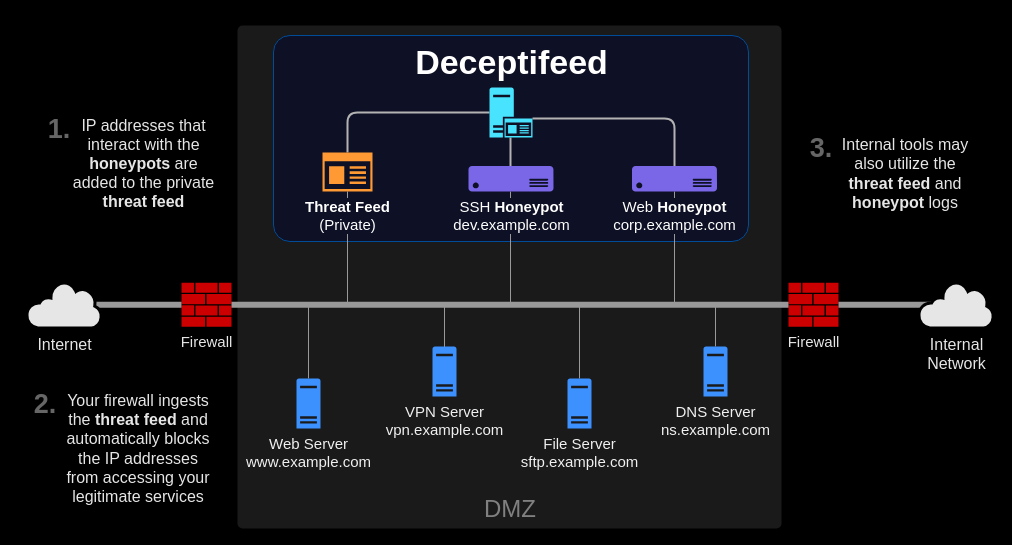
This is assets/diagram-dark.drawio from r-smith/deceptifeed, a draw.io file, before an edit. Source tidied: cells renumbered, new cells numbered last; positions are measured from the earlier drawing's top-left corner, leaving out a move shared by most shapes. Both pictures are drawn from the tidied source at 100%, with x=0, y=0 at pixel (26, 25).
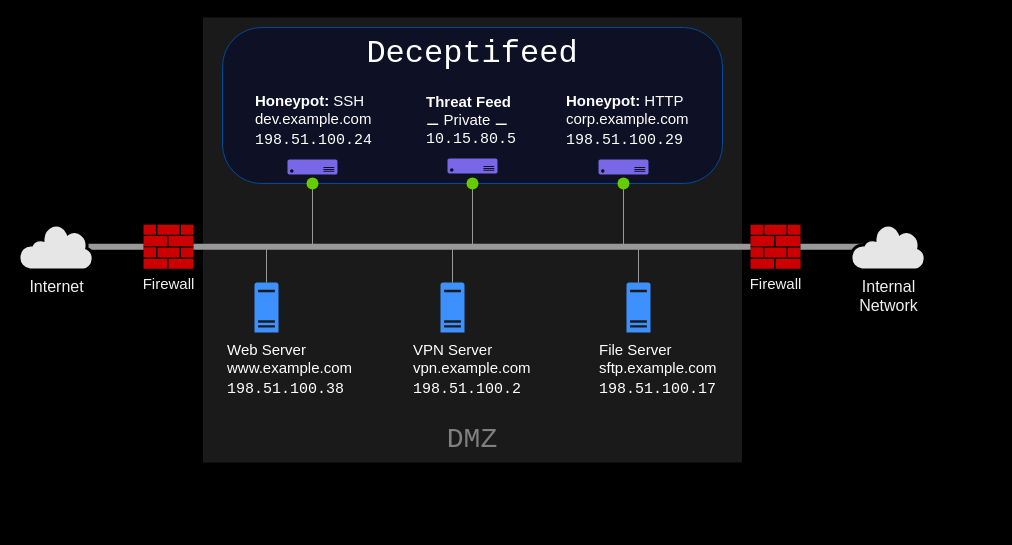
Above is the later version.

Commit message (it also covers changes not shown here):
Revise diagrams

The edit, as a diff of the source:
```diff
@@
-    <mxCell id="2" style="rounded=1;whiteSpace=wrap;labelBackgroundColor=none;fillStyle=auto;glass=0;shadow=0;fillColor=#1A1A1A;fontColor=#333333;strokeColor=none;perimeterSpacing=0;textShadow=0;html=1;horizontal=1;arcSize=1;" parent="1" vertex="1">
-      <mxGeometry x="211" width="544" height="503" as="geometry" />
+    <mxCell id="2" style="rounded=1;whiteSpace=wrap;labelBackgroundColor=none;fillStyle=auto;glass=0;shadow=0;fillColor=#1A1A1A;fontColor=#333333;strokeColor=none;perimeterSpacing=0;textShadow=0;html=1;horizontal=1;arcSize=0;" parent="1" vertex="1">
+      <mxGeometry x="176.5" y="-8" width="539" height="445" as="geometry" />
     </mxCell>
-    <mxCell id="3" style="rounded=1;whiteSpace=wrap;html=1;fillColor=#0E1025;strokeColor=#004C99;arcSize=8;fontColor=#ffffff;" parent="1" vertex="1">
-      <mxGeometry x="247" y="10" width="475" height="206" as="geometry" />
+    <mxCell id="3" style="rounded=1;whiteSpace=wrap;html=1;fillColor=#0E1025;strokeColor=#004C99;arcSize=25;" parent="1" vertex="1">
+      <mxGeometry x="196" y="2" width="500" height="156" as="geometry" />
     </mxCell>
-    <mxCell id="4" value="Firewall" style="shadow=0;dashed=0;html=1;strokeColor=none;labelPosition=center;verticalLabelPosition=bottom;verticalAlign=top;align=center;fillColor=#CC0000;shape=mxgraph.mscae.enterprise.firewall;fontSize=15;fontColor=#E6E6E6;" parent="1" vertex="1">
-      <mxGeometry x="762" y="257.2" width="50" height="44" as="geometry" />
+    <mxCell id="4" value="Firewall" style="shadow=0;dashed=0;html=1;strokeColor=none;labelPosition=center;verticalLabelPosition=bottom;verticalAlign=top;align=center;fillColor=#CC0000;shape=mxgraph.mscae.enterprise.firewall;fontSize=15;fontColor=#f0f0f0;" parent="1" vertex="1">
+      <mxGeometry x="724" y="199.2" width="50" height="44" as="geometry" />
     </mxCell>
-    <mxCell id="5" style="rounded=0;jettySize=auto;html=1;exitX=0.5;exitY=0;exitDx=0;exitDy=0;exitPerimeter=0;endArrow=none;endFill=0;strokeColor=#999999;" parent="1" edge="1" source="6">
-      <mxGeometry relative="1" as="geometry">
-        <mxPoint x="282" y="280" as="targetPoint" />
-      </mxGeometry>
-    </mxCell>
+    <mxCell id="36" style="edgeStyle=orthogonalEdgeStyle;rounded=0;orthogonalLoop=1;jettySize=auto;html=1;exitX=0.5;exitY=0;exitDx=0;exitDy=0;exitPerimeter=0;endArrow=none;endFill=0;strokeColor=#999999;" parent="1" edge="1">
+      <mxGeometry relative="1" as="geometry">
+        <mxPoint x="240" y="257" as="sourcePoint" />
+        <mxPoint x="240" y="222" as="targetPoint" />
+      </mxGeometry>
+    </mxCell>
-    <mxCell id="6" value="&lt;div&gt;Web Server&lt;/div&gt;&lt;div&gt;www.example.com&lt;br&gt;&lt;/div&gt;" style="shadow=0;dashed=0;html=1;strokeColor=none;labelPosition=center;verticalLabelPosition=bottom;verticalAlign=top;align=center;fillColor=#3C91FF;shape=mxgraph.mscae.enterprise.server_generic;horizontal=1;labelBorderColor=none;fontSize=15;strokeWidth=1;perimeterSpacing=0;fontColor=#F0F0F0;" parent="1" vertex="1">
-      <mxGeometry x="270" y="353" width="24" height="50" as="geometry" />
+    <mxCell id="6" value="&lt;div&gt;Web Server&lt;/div&gt;&lt;div&gt;www.example.com&lt;/div&gt;&lt;div style=&quot;line-height: 150%;&quot;&gt;&lt;font face=&quot;Courier New&quot;&gt;198.51.100.38&lt;/font&gt;&lt;br&gt;&lt;/div&gt;" style="shadow=0;dashed=0;html=1;strokeColor=none;labelPosition=left;verticalLabelPosition=bottom;verticalAlign=top;align=left;fillColor=#3C91FF;shape=mxgraph.mscae.enterprise.server_generic;horizontal=1;labelBorderColor=none;fontSize=15;strokeWidth=1;perimeterSpacing=0;spacingLeft=-5;spacingBottom=0;spacingTop=2;fontColor=#FFFFFF;" parent="1" vertex="1">
+      <mxGeometry x="228" y="257" width="24" height="50" as="geometry" />
     </mxCell>
-    <mxCell id="7" style="rounded=0;orthogonalLoop=1;jettySize=auto;html=1;exitX=0.5;exitY=0;exitDx=0;exitDy=0;exitPerimeter=0;endArrow=none;endFill=0;strokeColor=#999999;" parent="1" edge="1">
-      <mxGeometry relative="1" as="geometry">
-        <mxPoint x="418" y="323" as="sourcePoint" />
-        <mxPoint x="418" y="279" as="targetPoint" />
-      </mxGeometry>
-    </mxCell>
-    <mxCell id="8" style="rounded=0;jettySize=auto;html=1;exitX=0.5;exitY=0;exitDx=0;exitDy=0;exitPerimeter=0;strokeColor=#999999;endArrow=none;endFill=0;" parent="1" edge="1" source="9">
-      <mxGeometry relative="1" as="geometry">
-        <mxPoint x="689" y="279.3" as="targetPoint" />
-      </mxGeometry>
-    </mxCell>
-    <mxCell id="9" value="DNS Server&lt;br&gt;ns.example.com" style="shadow=0;dashed=0;html=1;strokeColor=none;labelPosition=center;verticalLabelPosition=bottom;verticalAlign=top;align=center;fillColor=#3C91FF;shape=mxgraph.mscae.enterprise.server_generic;fontSize=15;fontColor=#F0F0F0;" parent="1" vertex="1">
-      <mxGeometry x="677" y="321" width="24" height="50" as="geometry" />
-    </mxCell>
-    <mxCell id="10" value="&lt;div&gt;IP addresses that interact with the &lt;b&gt;honeypots&lt;/b&gt; are added to the private &lt;b&gt;threat feed&lt;/b&gt;&lt;/div&gt;" style="text;strokeColor=none;align=center;fillColor=none;html=1;verticalAlign=middle;whiteSpace=wrap;rounded=0;fontSize=16;fontColor=#E6E6E6;" parent="1" vertex="1">
-      <mxGeometry x="42" y="85" width="151" height="106" as="geometry" />
-    </mxCell>
-    <mxCell id="11" value="Your firewall ingests the &lt;b&gt;threat feed&lt;/b&gt; and automatically blocks the IP addresses from accessing your legitimate services" style="text;strokeColor=none;align=center;fillColor=none;html=1;verticalAlign=middle;whiteSpace=wrap;rounded=0;fontSize=16;fontColor=#E6E6E6;" parent="1" vertex="1">
-      <mxGeometry x="34" y="355" width="156" height="136" as="geometry" />
-    </mxCell>
+    <mxCell id="35" value="&lt;div&gt;VPN Server&lt;/div&gt;&lt;div&gt;vpn.example.com&lt;/div&gt;&lt;div style=&quot;line-height: 150%;&quot;&gt;&lt;font face=&quot;Courier New&quot;&gt;198.51.100.2&lt;/font&gt;&lt;br&gt;&lt;/div&gt;" style="shadow=0;dashed=0;html=1;strokeColor=none;labelPosition=left;verticalLabelPosition=bottom;verticalAlign=top;align=left;fillColor=#3C91FF;shape=mxgraph.mscae.enterprise.server_generic;fontSize=15;spacingLeft=-5;spacingTop=2;fontColor=#FFFFFF;" parent="1" vertex="1">
+      <mxGeometry x="414" y="257" width="24" height="50" as="geometry" />
+    </mxCell>
-    <mxCell id="12" value="Firewall" style="shadow=0;dashed=0;html=1;strokeColor=none;labelPosition=center;verticalLabelPosition=bottom;verticalAlign=top;align=center;fillColor=#CC0000;shape=mxgraph.mscae.enterprise.firewall;fontSize=15;fontColor=#E6E6E6;" parent="1" vertex="1">
-      <mxGeometry x="155" y="257.2" width="50" height="44" as="geometry" />
+    <mxCell id="12" value="Firewall" style="shadow=0;dashed=0;html=1;strokeColor=none;labelPosition=center;verticalLabelPosition=bottom;verticalAlign=top;align=center;fillColor=#CC0000;shape=mxgraph.mscae.enterprise.firewall;fontSize=15;fontColor=#f0f0f0;" parent="1" vertex="1">
+      <mxGeometry x="117" y="199.2" width="50" height="44" as="geometry" />
     </mxCell>
-    <mxCell id="13" style="edgeStyle=orthogonalEdgeStyle;rounded=1;jettySize=auto;html=1;exitX=1;exitY=0.62;exitDx=0;exitDy=0;exitPerimeter=0;entryX=0.5;entryY=0;entryDx=0;entryDy=0;entryPerimeter=0;curved=0;fillColor=#1ba1e2;strokeColor=#B3B3B3;endArrow=none;endFill=0;strokeWidth=2;" parent="1" edge="1" source="30" target="18">
-      <mxGeometry relative="1" as="geometry" />
-    </mxCell>
-    <mxCell id="14" style="edgeStyle=orthogonalEdgeStyle;rounded=1;jettySize=auto;html=1;exitX=0;exitY=0.5;exitDx=0;exitDy=0;exitPerimeter=0;entryX=0.5;entryY=0;entryDx=0;entryDy=0;entryPerimeter=0;curved=0;fillColor=#1ba1e2;strokeColor=#B3B3B3;endArrow=none;endFill=0;strokeWidth=2;" parent="1" edge="1" source="30" target="16">
-      <mxGeometry relative="1" as="geometry" />
-    </mxCell>
-    <mxCell id="15" style="rounded=0;jettySize=auto;html=1;exitX=0.5;exitY=1;exitDx=0;exitDy=0;exitPerimeter=0;endArrow=none;endFill=0;strokeColor=#999999;" parent="1" edge="1" source="16">
+    <mxCell id="15" style="rounded=0;jettySize=auto;html=1;endArrow=none;endFill=0;strokeColor=#999999;" parent="1" edge="1" source="37">
       <mxGeometry relative="1" as="geometry">
-        <mxPoint x="321" y="279.6" as="targetPoint" />
+        <mxPoint x="286" y="220" as="targetPoint" />
       </mxGeometry>
     </mxCell>
-    <mxCell id="16" value="Threat Feed&lt;br&gt;&lt;span style=&quot;font-weight: normal;&quot;&gt;(Private)&lt;/span&gt;" style="shadow=0;dashed=0;html=1;strokeColor=none;labelPosition=center;verticalLabelPosition=bottom;verticalAlign=top;align=center;fillColor=#FF9933;shape=mxgraph.mscae.enterprise.app_generic;fontSize=15;fontStyle=1;labelBackgroundColor=#0E1025;fontColor=#FFFFFF;" parent="1" vertex="1">
-      <mxGeometry x="296" y="127" width="50" height="39" as="geometry" />
-    </mxCell>
-    <mxCell id="17" style="rounded=0;jettySize=auto;html=1;exitX=0.5;exitY=1;exitDx=0;exitDy=0;exitPerimeter=0;strokeColor=#999999;endArrow=none;endFill=0;" parent="1" edge="1" source="18">
-      <mxGeometry relative="1" as="geometry">
-        <mxPoint x="648" y="279" as="targetPoint" />
-      </mxGeometry>
-    </mxCell>
-    <mxCell id="18" value="&lt;div&gt;&lt;font&gt;Web &lt;b&gt;Honeypot&lt;/b&gt;&lt;/font&gt;&lt;/div&gt;&lt;div&gt;&lt;font&gt;corp.example.com&lt;br&gt;&lt;/font&gt;&lt;/div&gt;" style="shadow=0;dashed=0;html=1;strokeColor=none;labelPosition=center;verticalLabelPosition=bottom;verticalAlign=top;align=center;fillColor=#7967E8;shape=mxgraph.azure.server;labelBackgroundColor=#0E1025;fontSize=15;horizontal=1;fontColor=#FFFFFF;" parent="1" vertex="1">
-      <mxGeometry x="605.5" y="140.5" width="85" height="25.5" as="geometry" />
-    </mxCell>
-    <mxCell id="19" value="DMZ" style="text;strokeColor=none;align=center;fillColor=none;html=1;verticalAlign=middle;whiteSpace=wrap;rounded=0;fontSize=24;fontColor=#808080;" parent="1" vertex="1">
-      <mxGeometry x="454" y="469" width="60" height="30" as="geometry" />
+    <mxCell id="19" value="DMZ" style="text;strokeColor=none;align=center;fillColor=none;html=1;verticalAlign=middle;whiteSpace=wrap;rounded=0;fontSize=28;fontColor=#808080;fontStyle=0;fontFamily=Courier New;" parent="1" vertex="1">
+      <mxGeometry x="416" y="399" width="60" height="30" as="geometry" />
     </mxCell>
-    <mxCell id="20" style="rounded=0;jettySize=auto;html=1;exitX=0.5;exitY=0;exitDx=0;exitDy=0;exitPerimeter=0;endArrow=none;endFill=0;strokeColor=#999999;" parent="1" edge="1" source="21">
-      <mxGeometry relative="1" as="geometry">
-        <mxPoint x="553" y="280" as="targetPoint" />
-      </mxGeometry>
-    </mxCell>
-    <mxCell id="21" value="&lt;div&gt;File Server&lt;/div&gt;&lt;div&gt;sftp.example.com&lt;br&gt;&lt;/div&gt;" style="shadow=0;dashed=0;html=1;strokeColor=none;labelPosition=center;verticalLabelPosition=bottom;verticalAlign=top;align=center;fillColor=#3C91FF;shape=mxgraph.mscae.enterprise.server_generic;fontSize=15;fontColor=#F0F0F0;" parent="1" vertex="1">
-      <mxGeometry x="541" y="353" width="24" height="50" as="geometry" />
+    <mxCell id="21" value="&lt;div&gt;File Server&lt;/div&gt;&lt;div&gt;sftp.example.com&lt;/div&gt;&lt;div style=&quot;line-height: 150%;&quot;&gt;&lt;font face=&quot;Courier New&quot;&gt;198.51.100.17&lt;/font&gt;&lt;br&gt;&lt;/div&gt;" style="shadow=0;dashed=0;html=1;strokeColor=none;labelPosition=left;verticalLabelPosition=bottom;verticalAlign=top;align=left;fillColor=#3C91FF;shape=mxgraph.mscae.enterprise.server_generic;fontSize=15;spacingLeft=-5;spacingTop=2;fontColor=#FFFFFF;" parent="1" vertex="1">
+      <mxGeometry x="600" y="257" width="24" height="50" as="geometry" />
     </mxCell>
-    <mxCell id="22" style="edgeStyle=orthogonalEdgeStyle;rounded=0;jettySize=auto;html=1;exitX=1;exitY=0.5;exitDx=0;exitDy=0;exitPerimeter=0;entryX=0;entryY=0.5;entryDx=0;entryDy=0;entryPerimeter=0;endArrow=none;endFill=0;strokeColor=#999999;strokeWidth=6;" parent="1" edge="1" source="12" target="4">
-      <mxGeometry relative="1" as="geometry" />
-    </mxCell>
-    <mxCell id="23" style="rounded=0;orthogonalLoop=1;jettySize=auto;html=1;exitX=0.5;exitY=1;exitDx=0;exitDy=0;exitPerimeter=0;strokeColor=#999999;endArrow=none;endFill=0;" parent="1" edge="1">
-      <mxGeometry relative="1" as="geometry">
-        <mxPoint x="484" y="166" as="sourcePoint" />
-        <mxPoint x="484" y="279" as="targetPoint" />
-      </mxGeometry>
-    </mxCell>
@@
-    <mxCell id="25" value="&lt;div&gt;Internet&lt;/div&gt;" style="shadow=0;dashed=0;html=1;strokeColor=default;labelPosition=center;verticalLabelPosition=bottom;verticalAlign=top;align=center;fillColor=#E6E6E6;shape=mxgraph.mscae.enterprise.internet;fontSize=16;fontFamily=Helvetica;strokeWidth=3;fontColor=#E6E6E6;" parent="1" vertex="1">
-      <mxGeometry y="256" width="75" height="46.5" as="geometry" />
+    <mxCell id="25" value="&lt;div&gt;Internet&lt;/div&gt;" style="shadow=0;dashed=0;html=1;strokeColor=default;labelPosition=center;verticalLabelPosition=bottom;verticalAlign=top;align=center;fillColor=#E6E6E6;shape=mxgraph.mscae.enterprise.internet;fontSize=16;fontFamily=Helvetica;strokeWidth=3;fontColor=#f0f0f0;" parent="1" vertex="1">
+      <mxGeometry x="-8" y="198" width="75" height="46.5" as="geometry" />
     </mxCell>
@@
-    <mxCell id="27" value="&lt;div&gt;Internal&lt;/div&gt;&lt;div&gt;Network&lt;br&gt;&lt;/div&gt;" style="shadow=0;dashed=0;html=1;strokeColor=default;labelPosition=center;verticalLabelPosition=bottom;verticalAlign=top;align=center;fillColor=#E6E6E6;shape=mxgraph.mscae.enterprise.internet;fontSize=16;strokeWidth=3;perimeterSpacing=0;fontColor=#E6E6E6;" parent="1" vertex="1">
-      <mxGeometry x="892" y="256" width="75" height="46.5" as="geometry" />
+    <mxCell id="27" value="&lt;div&gt;Internal&lt;/div&gt;&lt;div&gt;Network&lt;br&gt;&lt;/div&gt;" style="shadow=0;dashed=0;html=1;strokeColor=default;labelPosition=center;verticalLabelPosition=bottom;verticalAlign=top;align=center;fillColor=#E6E6E6;shape=mxgraph.mscae.enterprise.internet;fontSize=16;strokeWidth=3;perimeterSpacing=0;fontColor=#f0f0f0;" parent="1" vertex="1">
+      <mxGeometry x="824" y="198" width="75" height="46.5" as="geometry" />
     </mxCell>
-    <mxCell id="28" style="rounded=0;orthogonalLoop=1;jettySize=auto;html=1;exitX=0.5;exitY=1;exitDx=0;exitDy=0;exitPerimeter=0;strokeColor=#B3B3B3;endArrow=none;endFill=0;strokeWidth=2;" parent="1" edge="1">
-      <mxGeometry relative="1" as="geometry">
-        <mxPoint x="484" y="112" as="sourcePoint" />
-        <mxPoint x="484" y="141" as="targetPoint" />
-      </mxGeometry>
-    </mxCell>
-    <mxCell id="29" value="&lt;div&gt;SSH &lt;b&gt;Honeypot&lt;/b&gt;&lt;/div&gt;&lt;div&gt;dev.example.com&lt;br&gt;&lt;/div&gt;" style="shadow=0;dashed=0;html=1;strokeColor=none;labelPosition=center;verticalLabelPosition=bottom;verticalAlign=top;align=center;fillColor=#7967E8;shape=mxgraph.azure.server;fontSize=15;labelBackgroundColor=#0E1025;fontColor=#FFFFFF;" parent="1" vertex="1">
-      <mxGeometry x="442" y="140.5" width="85" height="25.5" as="geometry" />
-    </mxCell>
+    <mxCell id="37" style="shape=waypoint;sketch=0;fillStyle=solid;size=6;points=[];fillColor=none;perimeter=centerPerimeter;snapToPoint=1;strokeWidth=4;strokeColor=#66CC00;fontColor=#ffffff;" parent="1" vertex="1">
+      <mxGeometry x="276" y="148" width="20" height="20" as="geometry" />
+    </mxCell>
+    <mxCell id="38" style="rounded=0;jettySize=auto;html=1;endArrow=none;endFill=0;strokeColor=#999999;" parent="1" edge="1" source="39">
+      <mxGeometry relative="1" as="geometry">
+        <mxPoint x="446" y="220" as="targetPoint" />
+      </mxGeometry>
+    </mxCell>
+    <mxCell id="39" style="shape=waypoint;sketch=0;fillStyle=solid;size=6;points=[];fillColor=none;perimeter=centerPerimeter;snapToPoint=1;strokeWidth=4;strokeColor=#66CC00;fontColor=#ffffff;" parent="1" vertex="1">
+      <mxGeometry x="436" y="148" width="20" height="20" as="geometry" />
+    </mxCell>
+    <mxCell id="40" style="rounded=0;jettySize=auto;html=1;endArrow=none;endFill=0;strokeColor=#999999;" parent="1" edge="1" source="41">
+      <mxGeometry relative="1" as="geometry">
+        <mxPoint x="597" y="220" as="targetPoint" />
+      </mxGeometry>
+    </mxCell>
+    <mxCell id="41" style="shape=waypoint;sketch=0;fillStyle=solid;size=6;points=[];fillColor=none;perimeter=centerPerimeter;snapToPoint=1;strokeWidth=4;strokeColor=#66CC00;fontColor=#ffffff;" parent="1" vertex="1">
+      <mxGeometry x="587" y="148" width="20" height="20" as="geometry" />
+    </mxCell>
+    <mxCell id="42" style="edgeStyle=orthogonalEdgeStyle;rounded=0;orthogonalLoop=1;jettySize=auto;html=1;exitX=0.5;exitY=0;exitDx=0;exitDy=0;exitPerimeter=0;endArrow=none;endFill=0;strokeColor=#999999;" parent="1" edge="1">
+      <mxGeometry relative="1" as="geometry">
+        <mxPoint x="426" y="257" as="sourcePoint" />
+        <mxPoint x="426" y="222" as="targetPoint" />
+      </mxGeometry>
+    </mxCell>
+    <mxCell id="43" style="edgeStyle=orthogonalEdgeStyle;rounded=0;orthogonalLoop=1;jettySize=auto;html=1;exitX=0.5;exitY=0;exitDx=0;exitDy=0;exitPerimeter=0;endArrow=none;endFill=0;strokeColor=#999999;" parent="1" edge="1">
+      <mxGeometry relative="1" as="geometry">
+        <mxPoint x="612" y="257" as="sourcePoint" />
+        <mxPoint x="612" y="222" as="targetPoint" />
+      </mxGeometry>
+    </mxCell>
+    <mxCell id="44" value="&lt;div&gt;&lt;b&gt;Honeypot:&lt;/b&gt; SSH&lt;/div&gt;&lt;div&gt;dev.example.com&lt;/div&gt;&lt;div style=&quot;line-height: 150%;&quot;&gt;&lt;font face=&quot;Courier New&quot;&gt;198.51.100.24&lt;/font&gt;&lt;br&gt;&lt;/div&gt;" style="sketch=0;shadow=0;dashed=0;html=1;strokeColor=none;labelPosition=center;verticalLabelPosition=top;verticalAlign=bottom;align=left;fillColor=#7967E8;shape=mxgraph.azure.server;fontSize=15;spacingLeft=-34;spacingTop=0;spacingBottom=5;fontColor=#FFFFFF;" parent="1" vertex="1">
+      <mxGeometry x="261" y="134" width="50" height="15" as="geometry" />
+    </mxCell>
+    <mxCell id="45" value="&lt;div&gt;&lt;b&gt;Honeypot:&lt;/b&gt; HTTP&lt;/div&gt;&lt;div&gt;corp.example.com&lt;/div&gt;&lt;div style=&quot;line-height: 150%;&quot;&gt;&lt;font face=&quot;Courier New&quot;&gt;198.51.100.29&lt;/font&gt;&lt;br&gt;&lt;/div&gt;" style="sketch=0;shadow=0;dashed=0;html=1;strokeColor=none;labelPosition=center;verticalLabelPosition=top;verticalAlign=bottom;align=left;fillColor=#7967E8;shape=mxgraph.azure.server;fontSize=15;spacingLeft=-34;spacingBottom=5;fontColor=#FFFFFF;" parent="1" vertex="1">
+      <mxGeometry x="572" y="134" width="50" height="15" as="geometry" />
+    </mxCell>
-    <mxCell id="30" value="Deceptifeed" style="shadow=0;dashed=0;html=1;strokeColor=none;labelPosition=center;verticalLabelPosition=top;verticalAlign=middle;align=center;fillColor=#48E3FF;shape=mxgraph.mscae.enterprise.application_server2;fontSize=34;fontStyle=1;fontColor=#FFFFFF;" parent="1" vertex="1">
-      <mxGeometry x="463" y="62" width="43" height="50" as="geometry" />
+    <mxCell id="30" value="Deceptifeed" style="text;strokeColor=none;align=center;fillColor=none;html=1;verticalAlign=middle;whiteSpace=wrap;rounded=0;fontSize=32;fontFamily=Courier New;fontColor=#FFFFFF;" parent="1" vertex="1">
+      <mxGeometry x="400" y="14" width="92" height="30" as="geometry" />
     </mxCell>
-    <mxCell id="31" value="Internal tools may also utilize the &lt;b&gt;threat feed&lt;/b&gt; and &lt;b&gt;honeypot&lt;/b&gt; logs" style="text;strokeColor=none;align=center;fillColor=none;html=1;verticalAlign=middle;whiteSpace=wrap;rounded=0;fontSize=16;fontColor=#E6E6E6;" parent="1" vertex="1">
-      <mxGeometry x="813" y="111" width="132" height="74" as="geometry" />
-    </mxCell>
-    <mxCell id="32" value="1." style="text;strokeColor=none;align=center;fillColor=none;html=1;verticalAlign=middle;whiteSpace=wrap;rounded=0;fontSize=27;fontStyle=1;fontColor=#666666;" parent="1" vertex="1">
-      <mxGeometry x="18" y="86" width="30" height="35" as="geometry" />
-    </mxCell>
-    <mxCell id="33" value="2." style="text;strokeColor=none;align=center;fillColor=none;html=1;verticalAlign=middle;whiteSpace=wrap;rounded=0;fontSize=27;fontStyle=1;fontColor=#666666;" parent="1" vertex="1">
-      <mxGeometry x="4" y="361" width="30" height="35" as="geometry" />
-    </mxCell>
-    <mxCell id="34" value="3." style="text;strokeColor=none;align=center;fillColor=none;html=1;verticalAlign=middle;whiteSpace=wrap;rounded=0;fontSize=27;fontStyle=1;fontColor=#666666;" parent="1" vertex="1">
-      <mxGeometry x="780" y="107" width="30" height="32" as="geometry" />
-    </mxCell>
-    <mxCell id="35" value="&lt;div&gt;VPN Server&lt;/div&gt;&lt;div&gt;vpn.example.com&lt;br&gt;&lt;/div&gt;" style="shadow=0;dashed=0;html=1;strokeColor=none;labelPosition=center;verticalLabelPosition=bottom;verticalAlign=top;align=center;fillColor=#3C91FF;shape=mxgraph.mscae.enterprise.server_generic;fontSize=15;fontColor=#F0F0F0;" parent="1" vertex="1">
-      <mxGeometry x="406" y="321" width="24" height="50" as="geometry" />
-    </mxCell>
+    <mxCell id="46" value="&lt;div&gt;&lt;b&gt;Threat Feed&lt;/b&gt;&lt;/div&gt;&lt;div&gt;⚊ Private ⚊&lt;br&gt;&lt;font face=&quot;Courier New&quot; style=&quot;line-height: 150%;&quot;&gt;10.15.80.5&lt;/font&gt;&lt;br&gt;&lt;/div&gt;" style="sketch=0;shadow=0;dashed=0;html=1;strokeColor=none;labelPosition=center;verticalLabelPosition=top;verticalAlign=bottom;align=left;fillColor=#7967E8;shape=mxgraph.azure.server;fontSize=15;spacingLeft=-23;spacingTop=0;spacingBottom=5;fontColor=#FFFFFF;" parent="1" vertex="1">
+      <mxGeometry x="421" y="133" width="50" height="15" as="geometry" />
+    </mxCell>
+    <mxCell id="22" style="edgeStyle=orthogonalEdgeStyle;rounded=0;jettySize=auto;html=1;exitX=1;exitY=0.5;exitDx=0;exitDy=0;exitPerimeter=0;entryX=0;entryY=0.5;entryDx=0;entryDy=0;entryPerimeter=0;endArrow=none;endFill=0;strokeColor=#999999;strokeWidth=6;" parent="1" edge="1" source="12" target="4">
+      <mxGeometry relative="1" as="geometry" />
+    </mxCell>
```
